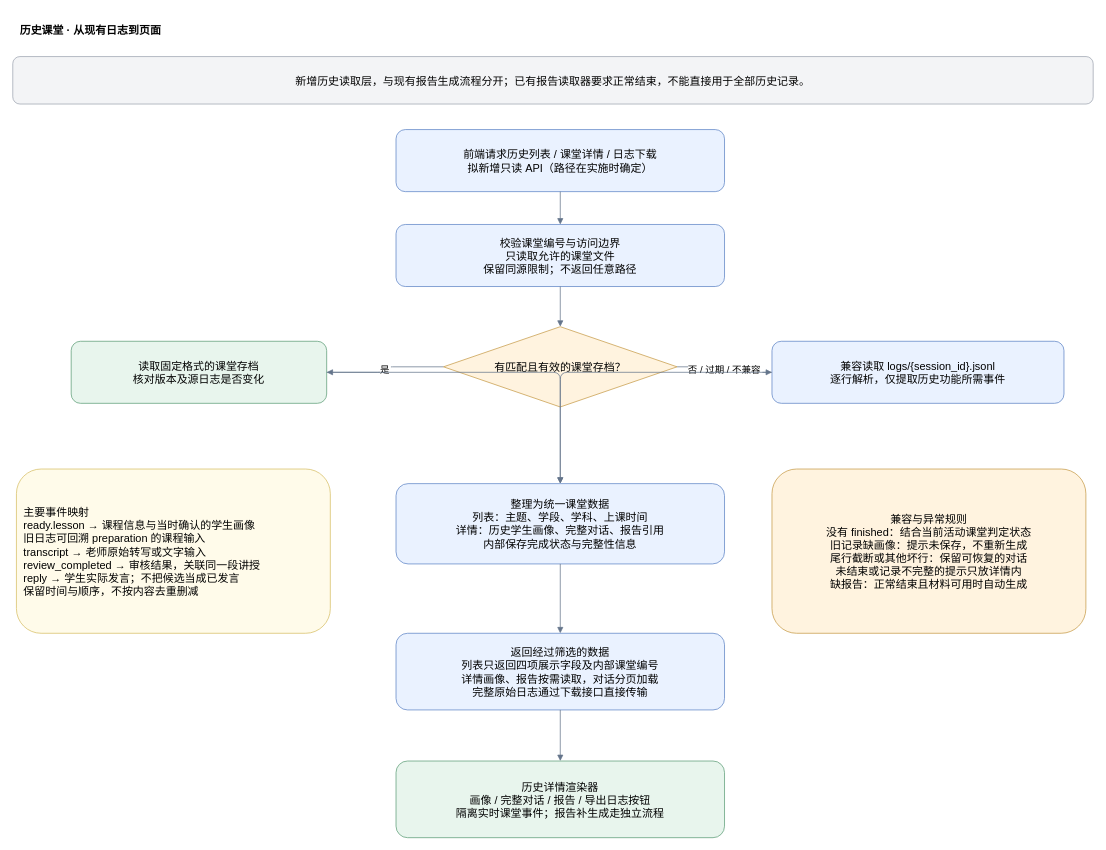
The draw.io diagram page "02 日志读取与兼容" (2 of 4) of docs/产品流程图/历史课堂功能-实施方案.drawio in Liyang-pai/LearnFromYou, before the edit. Source tidied: cells renumbered, new cells numbered last; positions are measured from the earlier drawing's top-left corner, leaving out a move shared by most shapes. Both pictures are drawn from the tidied source at 73%, with x=0, y=0 at pixel (12, 12).
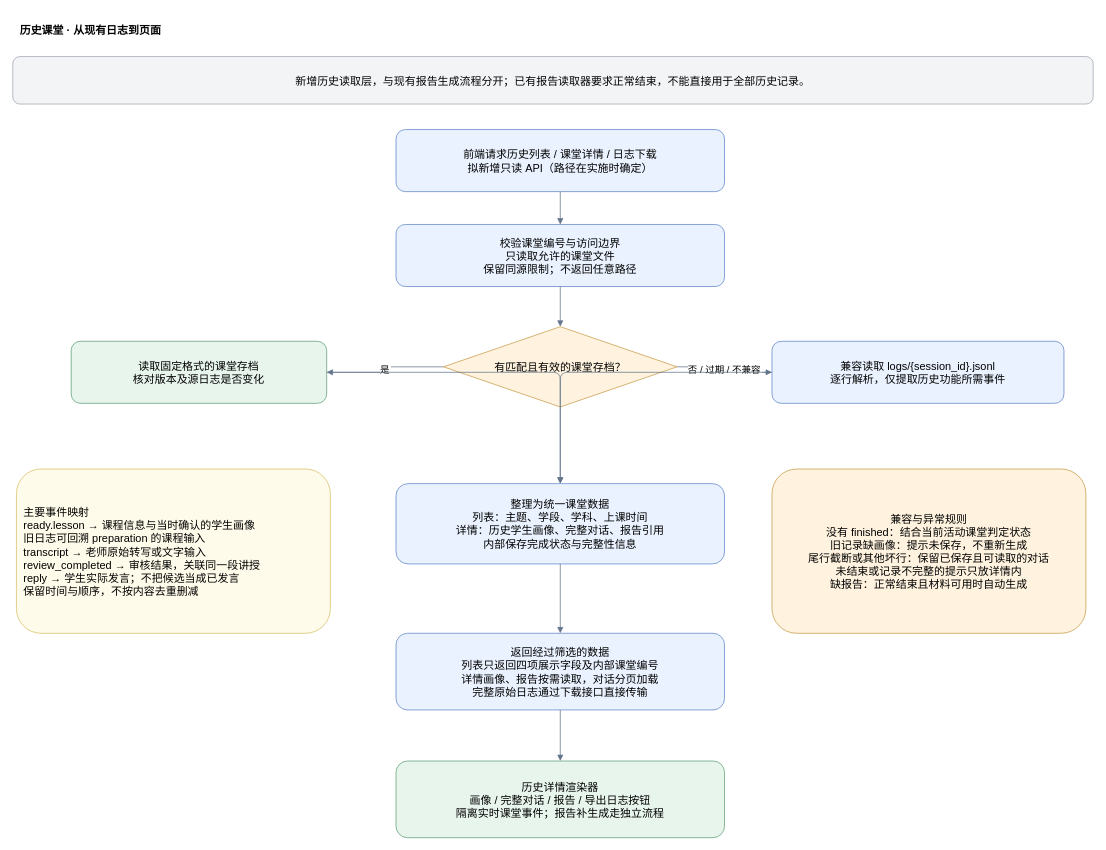
The same diagram, later.

What changed in the source:
```diff
@@
-    <mxCell id="11" value="兼容与异常规则&#10;没有 finished：结合当前活动课堂判定状态&#10;旧记录缺画像：提示未保存，不重新生成&#10;尾行截断或其他坏行：保留可恢复的对话&#10;未结束或记录不完整的提示只放详情内&#10;缺报告：正常结束且材料可用时自动生成" style="rounded=1;whiteSpace=wrap;html=0;fillColor=#fff3df;strokeColor=#c69a45;fontFamily=Helvetica;fontSize=15;spacing=10;" parent="1" vertex="1">
+    <mxCell id="11" value="兼容与异常规则&#10;没有 finished：结合当前活动课堂判定状态&#10;旧记录缺画像：提示未保存，不重新生成&#10;尾行截断或其他坏行：保留已保存且可读取的对话&#10;未结束或记录不完整的提示只放详情内&#10;缺报告：正常结束且材料可用时自动生成" style="rounded=1;whiteSpace=wrap;html=0;fillColor=#fff3df;strokeColor=#c69a45;fontFamily=Helvetica;fontSize=15;spacing=10;" parent="1" vertex="1">
       <mxGeometry x="1040" y="625" width="430" height="225" as="geometry" />
     </mxCell>
```
